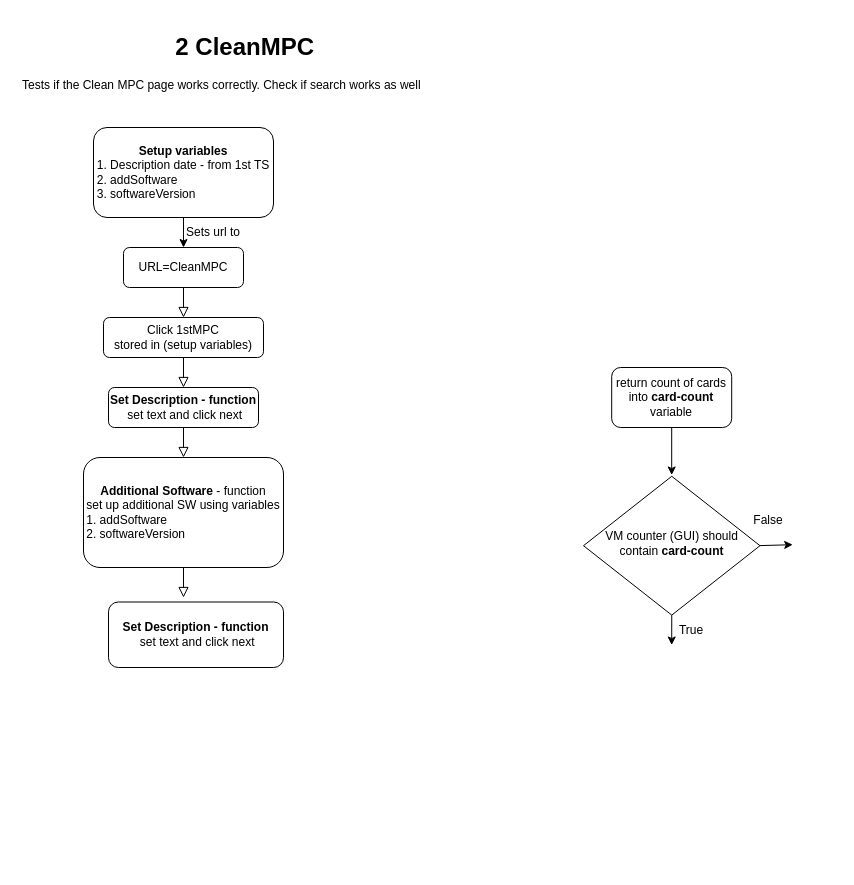
Before: page "2 CleanMPC" (2 of 2) of 4_MyVMS.drawio in MartinBlazek6/Project, a draw.io diagram. Source tidied: cells renumbered, new cells numbered last; positions are measured from the earlier drawing's top-left corner, leaving out a move shared by most shapes. Both pictures are drawn from the tidied source at 100%, with x=0, y=0 at pixel (17, 27).
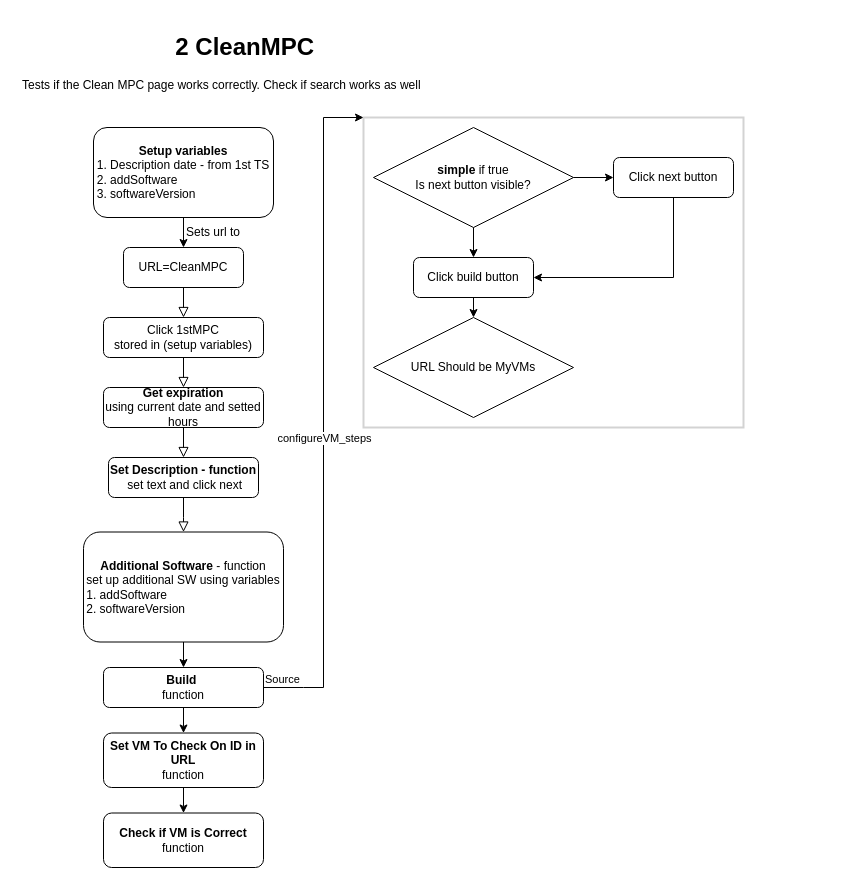
After the change.

Change to the diagram source:
```diff
@@
-    <mxCell id="4" value="True" style="text;html=1;strokeColor=none;fillColor=none;align=center;verticalAlign=middle;whiteSpace=wrap;rounded=0;" parent="1" vertex="1">
-      <mxGeometry x="644.2" y="587.5" width="60" height="30" as="geometry" />
-    </mxCell>
-    <mxCell id="5" value="return count of cards into &lt;b&gt;card-count&lt;/b&gt; variable" style="rounded=1;whiteSpace=wrap;html=1;" parent="1" vertex="1">
-      <mxGeometry x="594.2" y="340" width="120" height="60" as="geometry" />
-    </mxCell>
-    <mxCell id="6" style="endArrow=classic;html=1;rounded=0;exitX=0.5;exitY=1;exitDx=0;exitDy=0;" parent="1" edge="1" source="5">
-      <mxGeometry relative="1" as="geometry">
-        <mxPoint x="654.2" y="447.5" as="targetPoint" />
-      </mxGeometry>
-    </mxCell>
-    <mxCell id="7" value="VM counter (GUI) should contain &lt;b&gt;card-count&lt;/b&gt;" style="rhombus;whiteSpace=wrap;html=1;shadow=0;fontFamily=Helvetica;fontSize=12;align=center;strokeWidth=1;spacing=6;spacingTop=-4;" parent="1" vertex="1">
-      <mxGeometry x="566" y="448.8" width="176.5" height="138.8" as="geometry" />
-    </mxCell>
-    <mxCell id="8" style="endArrow=classic;html=1;rounded=0;exitX=1;exitY=0.5;exitDx=0;exitDy=0;" parent="1" edge="1">
-      <mxGeometry relative="1" as="geometry">
-        <mxPoint x="742.5" y="518.1" as="sourcePoint" />
-        <mxPoint x="775.2" y="517.2" as="targetPoint" />
-      </mxGeometry>
-    </mxCell>
-    <mxCell id="9" value="False" style="text;html=1;strokeColor=none;fillColor=none;align=center;verticalAlign=middle;whiteSpace=wrap;rounded=0;" parent="1" vertex="1">
-      <mxGeometry x="720.5" y="477.5" width="60" height="30" as="geometry" />
-    </mxCell>
-    <mxCell id="10" style="endArrow=classic;html=1;rounded=0;exitX=0.5;exitY=1;exitDx=0;exitDy=0;entryX=0.5;entryY=0;entryDx=0;entryDy=0;" parent="1" edge="1" source="7">
-      <mxGeometry relative="1" as="geometry">
-        <mxPoint x="654.2" y="617.5" as="targetPoint" />
-      </mxGeometry>
-    </mxCell>
@@
     <mxCell id="17" style="rounded=0;html=1;jettySize=auto;fontSize=11;endArrow=block;endFill=0;endSize=8;strokeWidth=1;shadow=0;labelBackgroundColor=none;edgeStyle=orthogonalEdgeStyle;" parent="1" edge="1" source="18">
       <mxGeometry relative="1" as="geometry">
-        <mxPoint x="166" y="430" as="targetPoint" />
+        <mxPoint x="166" y="504.5" as="targetPoint" />
       </mxGeometry>
     </mxCell>
     <mxCell id="18" value="&lt;b&gt;Set Description - function&lt;br&gt;&lt;/b&gt;&amp;nbsp;set text and click next" style="rounded=1;whiteSpace=wrap;html=1;fontSize=12;glass=0;strokeWidth=1;shadow=0;" parent="1" vertex="1">
-      <mxGeometry x="91" y="360" width="150" height="40" as="geometry" />
+      <mxGeometry x="91" y="430" width="150" height="40" as="geometry" />
     </mxCell>
-    <mxCell id="19" style="rounded=0;html=1;jettySize=auto;fontSize=11;endArrow=block;endFill=0;endSize=8;strokeWidth=1;shadow=0;labelBackgroundColor=none;edgeStyle=orthogonalEdgeStyle;" parent="1" edge="1" source="20">
-      <mxGeometry relative="1" as="geometry">
-        <mxPoint x="166" y="570" as="targetPoint" />
-      </mxGeometry>
-    </mxCell>
     <mxCell id="20" value="&lt;b&gt;Additional Software&lt;/b&gt; - function&lt;br&gt;set up additional SW using variables&lt;br&gt;&lt;div style=&quot;text-align: left&quot;&gt;&lt;span&gt;1. addSoftware&lt;/span&gt;&lt;/div&gt;&lt;div style=&quot;text-align: left&quot;&gt;&lt;span&gt;2. softwareVersion&lt;/span&gt;&lt;/div&gt;" style="rounded=1;whiteSpace=wrap;html=1;fontSize=12;glass=0;strokeWidth=1;shadow=0;" parent="1" vertex="1">
-      <mxGeometry x="66" y="430" width="200" height="110" as="geometry" />
+      <mxGeometry x="66" y="504.5" width="200" height="110" as="geometry" />
     </mxCell>
-    <mxCell id="21" value="&lt;b&gt;Set Description - function&lt;br&gt;&lt;/b&gt;&amp;nbsp;set text and click next" style="rounded=1;whiteSpace=wrap;html=1;fontSize=12;glass=0;strokeWidth=1;shadow=0;" parent="1" vertex="1">
-      <mxGeometry x="91" y="574.5" width="175" height="65.5" as="geometry" />
-    </mxCell>
+    <mxCell id="22" style="rounded=0;html=1;jettySize=auto;fontSize=11;endArrow=block;endFill=0;endSize=8;strokeWidth=1;shadow=0;labelBackgroundColor=none;edgeStyle=orthogonalEdgeStyle;" parent="1" edge="1" source="23">
+      <mxGeometry relative="1" as="geometry">
+        <mxPoint x="166" y="430" as="targetPoint" />
+      </mxGeometry>
+    </mxCell>
+    <mxCell id="23" value="&lt;b&gt;Get expiration&lt;/b&gt;&lt;br&gt;using current date and setted hours" style="rounded=1;whiteSpace=wrap;html=1;fontSize=12;glass=0;strokeWidth=1;shadow=0;" parent="1" vertex="1">
+      <mxGeometry x="86" y="360" width="160" height="40" as="geometry" />
+    </mxCell>
+    <mxCell id="24" value="&lt;b&gt;Build&amp;nbsp;&lt;/b&gt;&lt;br&gt;function" style="rounded=1;whiteSpace=wrap;html=1;fontSize=12;glass=0;strokeWidth=1;shadow=0;" parent="1" vertex="1">
+      <mxGeometry x="86" y="640" width="160" height="40" as="geometry" />
+    </mxCell>
+    <mxCell id="25" style="endArrow=classic;html=1;rounded=0;exitX=0.5;exitY=1;exitDx=0;exitDy=0;" parent="1" edge="1" source="20" target="24">
+      <mxGeometry relative="1" as="geometry" />
+    </mxCell>
+    <mxCell id="26" value="&lt;b&gt;simple &lt;/b&gt;if true&lt;br&gt;Is next button visible?" style="rhombus;whiteSpace=wrap;html=1;align=center;" parent="1" vertex="1">
+      <mxGeometry x="356" y="100" width="200" height="100" as="geometry" />
+    </mxCell>
+    <mxCell id="27" value="Click next button" style="rounded=1;whiteSpace=wrap;html=1;fontSize=12;glass=0;strokeWidth=1;shadow=0;" parent="1" vertex="1">
+      <mxGeometry x="596" y="130" width="120" height="40" as="geometry" />
+    </mxCell>
+    <mxCell id="28" value="Click build button" style="rounded=1;whiteSpace=wrap;html=1;fontSize=12;glass=0;strokeWidth=1;shadow=0;" parent="1" vertex="1">
+      <mxGeometry x="396" y="230" width="120" height="40" as="geometry" />
+    </mxCell>
+    <mxCell id="29" value="URL Should be MyVMs" style="rhombus;whiteSpace=wrap;html=1;align=center;" parent="1" vertex="1">
+      <mxGeometry x="356" y="290" width="200" height="100" as="geometry" />
+    </mxCell>
+    <mxCell id="30" style="endArrow=classic;html=1;rounded=0;exitX=1;exitY=0.5;exitDx=0;exitDy=0;entryX=0;entryY=0.5;entryDx=0;entryDy=0;" parent="1" edge="1" source="26" target="27">
+      <mxGeometry relative="1" as="geometry" />
+    </mxCell>
+    <mxCell id="31" style="endArrow=classic;html=1;rounded=0;exitX=0.5;exitY=1;exitDx=0;exitDy=0;entryX=0.5;entryY=0;entryDx=0;entryDy=0;" parent="1" edge="1" source="26" target="28">
+      <mxGeometry relative="1" as="geometry" />
+    </mxCell>
+    <mxCell id="32" style="endArrow=classic;html=1;rounded=0;exitX=0.5;exitY=1;exitDx=0;exitDy=0;entryX=0.5;entryY=0;entryDx=0;entryDy=0;" parent="1" edge="1" source="28" target="29">
+      <mxGeometry relative="1" as="geometry" />
+    </mxCell>
+    <mxCell id="33" style="endArrow=classic;html=1;rounded=0;exitX=0.5;exitY=1;exitDx=0;exitDy=0;entryX=1;entryY=0.5;entryDx=0;entryDy=0;" parent="1" edge="1" source="27" target="28">
+      <mxGeometry relative="1" as="geometry">
+        <Array as="points">
+          <mxPoint x="656" y="250" />
+        </Array>
+      </mxGeometry>
+    </mxCell>
+    <mxCell id="34" style="rounded=0;whiteSpace=wrap;html=1;fillColor=none;strokeColor=#d3d3d3;strokeWidth=2;align=center;" parent="1" vertex="1">
+      <mxGeometry x="346" y="90" width="380" height="310" as="geometry" />
+    </mxCell>
+    <mxCell id="35" style="endArrow=classic;html=1;rounded=0;exitX=1;exitY=0.5;exitDx=0;exitDy=0;entryX=0;entryY=0;entryDx=0;entryDy=0;" parent="1" edge="1" source="24" target="34">
+      <mxGeometry relative="1" as="geometry">
+        <Array as="points">
+          <mxPoint x="286" y="660" />
+          <mxPoint x="306" y="660" />
+          <mxPoint x="306" y="90" />
+        </Array>
+      </mxGeometry>
+    </mxCell>
+    <mxCell id="36" value="configureVM_steps" style="edgeLabel;html=1;align=center;verticalAlign=middle;" parent="35" vertex="1">
+      <mxGeometry relative="1" as="geometry">
+        <mxPoint y="25" as="offset" />
+      </mxGeometry>
+    </mxCell>
+    <mxCell id="37" value="Source" style="edgeLabel;html=1;align=left;verticalAlign=bottom;" parent="35" vertex="1">
+      <mxGeometry x="-1" relative="1" as="geometry" />
+    </mxCell>
+    <mxCell id="38" value="&lt;b&gt;Set VM To Check On ID in URL&lt;/b&gt;&lt;br&gt;function" style="rounded=1;whiteSpace=wrap;html=1;fontSize=12;glass=0;strokeWidth=1;shadow=0;" parent="1" vertex="1">
+      <mxGeometry x="86" y="705.5" width="160" height="54.5" as="geometry" />
+    </mxCell>
+    <mxCell id="39" style="endArrow=classic;html=1;rounded=0;exitX=0.5;exitY=1;exitDx=0;exitDy=0;" parent="1" edge="1" target="38">
+      <mxGeometry relative="1" as="geometry">
+        <mxPoint x="166" y="680" as="sourcePoint" />
+      </mxGeometry>
+    </mxCell>
+    <mxCell id="40" value="&lt;b&gt;Check if VM is Correct&lt;br&gt;&lt;/b&gt;function" style="rounded=1;whiteSpace=wrap;html=1;fontSize=12;glass=0;strokeWidth=1;shadow=0;" parent="1" vertex="1">
+      <mxGeometry x="86" y="785.5" width="160" height="54.5" as="geometry" />
+    </mxCell>
+    <mxCell id="41" style="endArrow=classic;html=1;rounded=0;exitX=0.5;exitY=1;exitDx=0;exitDy=0;" parent="1" edge="1" target="40">
+      <mxGeometry relative="1" as="geometry">
+        <mxPoint x="166" y="760" as="sourcePoint" />
+      </mxGeometry>
+    </mxCell>
```
